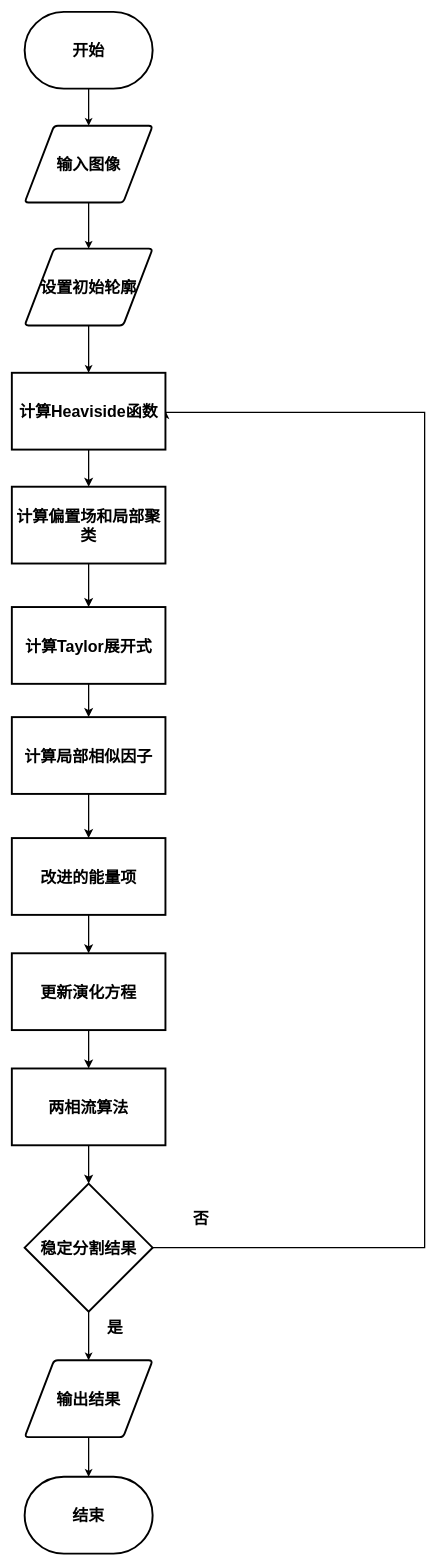
pangda007/947842095-qq.com keeps this draw.io diagram as page "第 4 页" (3 of 5) of 1.drawio. Above is the earlier version. Source tidied: cells renumbered, new cells numbered last; positions are measured from the earlier drawing's top-left corner, leaving out a move shared by most shapes. Both pictures are drawn from the tidied source at 64%, with x=0, y=0 at pixel (12, 12).
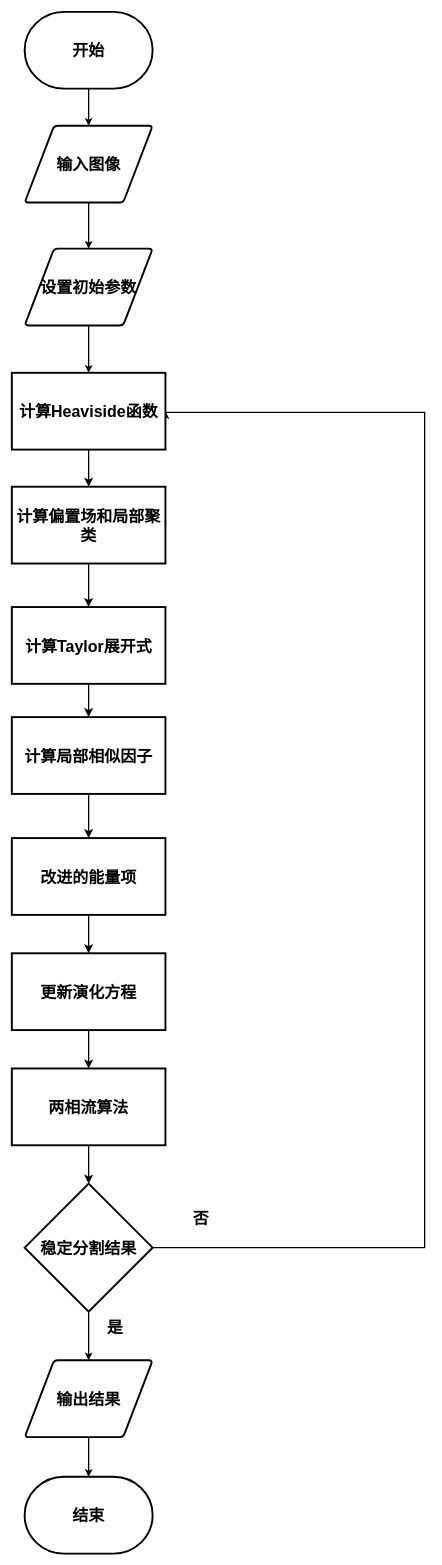
The same page after the edit.

Change to the diagram source:
```diff
@@
-    <mxCell id="7" value="&lt;b&gt;&lt;font style=&quot;font-size: 25px;&quot;&gt;设置初始轮廓&lt;/font&gt;&lt;/b&gt;" style="shape=parallelogram;html=1;strokeWidth=3;perimeter=parallelogramPerimeter;whiteSpace=wrap;rounded=1;arcSize=12;size=0.23;" parent="1" vertex="1">
+    <mxCell id="7" value="&lt;b&gt;&lt;font style=&quot;font-size: 25px;&quot;&gt;设置初始参数&lt;/font&gt;&lt;/b&gt;" style="shape=parallelogram;html=1;strokeWidth=3;perimeter=parallelogramPerimeter;whiteSpace=wrap;rounded=1;arcSize=12;size=0.23;" parent="1" vertex="1">
       <mxGeometry x="20" y="370" width="200" height="120" as="geometry" />
     </mxCell>
```
